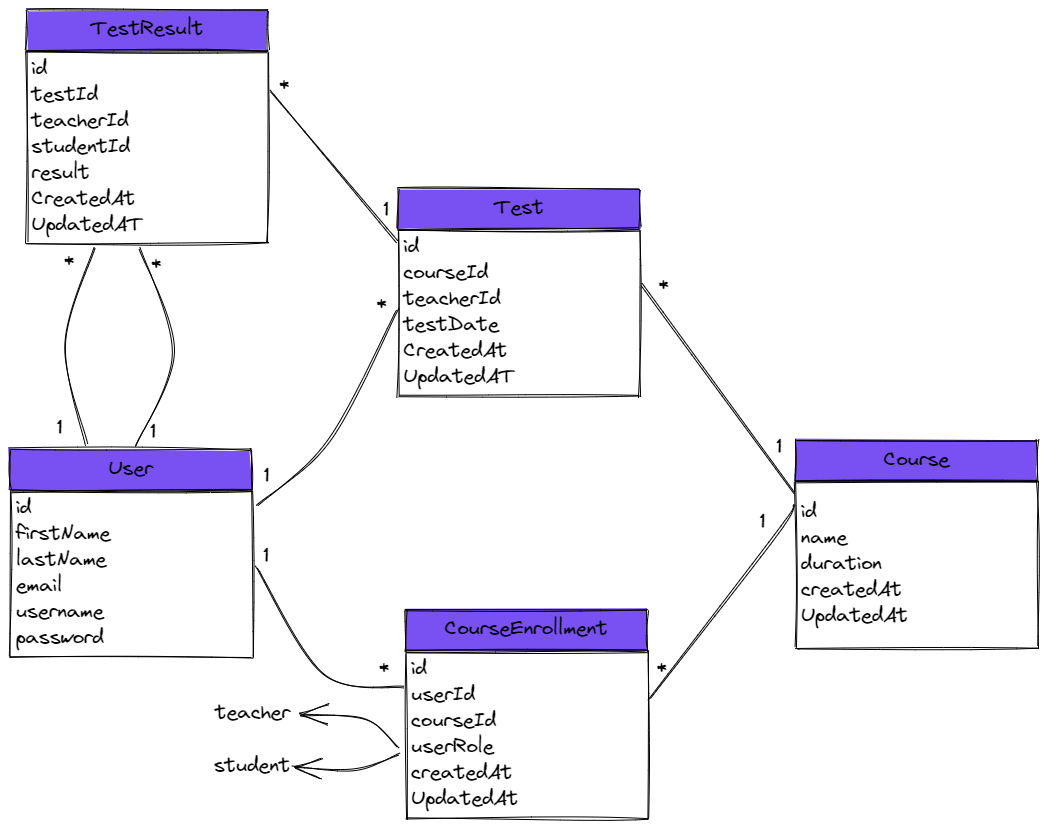
Before: SystemDomain.excalidraw.png, a diagram exported from Excalidraw (FadyGamilM/online-courses-grading-system). Source tidied: one line per element, renumbered; positions are measured from the earlier drawing's top-left corner, leaving out a move shared by most shapes.
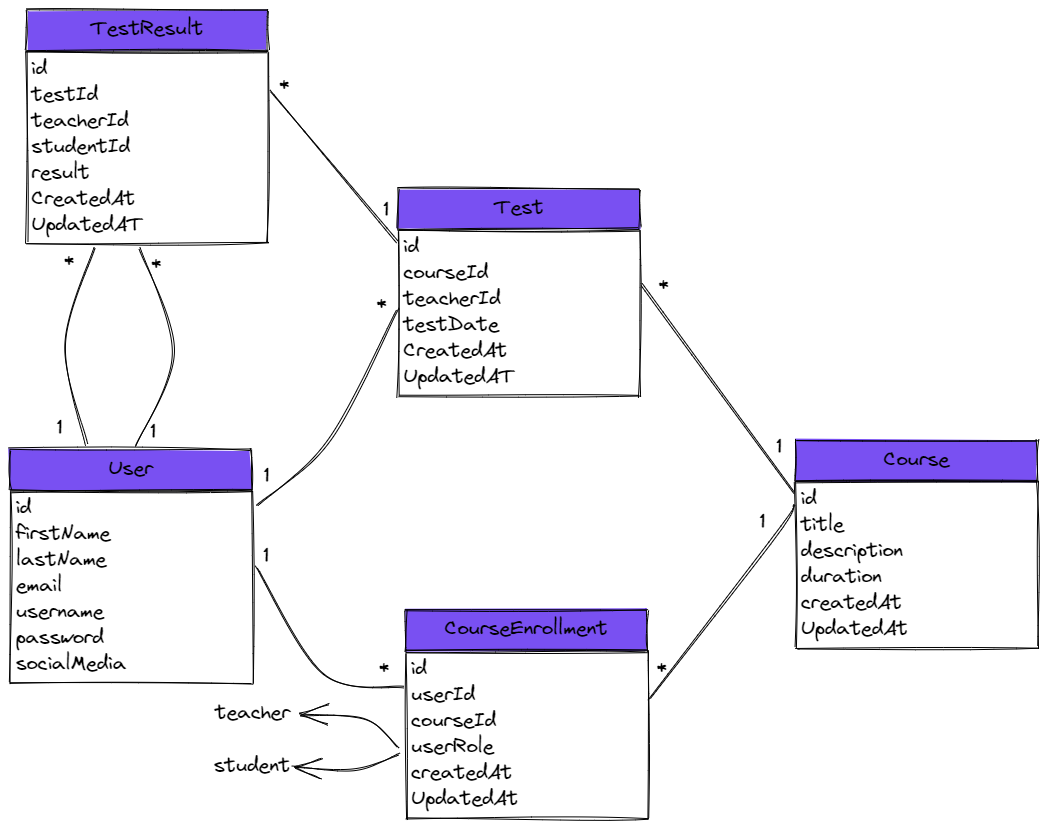
The same file after the commit.

Commit message:
implement the database schema

What changed in the source:
```diff
@@ -1,11 +1,11 @@
 {"id": 0, "type": "rectangle", "strokeColor": "#000000", "backgroundColor": "#7950f2", "fillStyle": "solid", "strokeWidth": 1, "roughness": 1, "x": 0, "y": 439, "width": 241, "height": 40}
 {"id": 1, "type": "text", "text": "User", "strokeColor": "#000000", "strokeWidth": 1, "roughness": 1, "fontSize": 20, "fontFamily": 1, "textAlign": "center", "verticalAlign": "middle", "inside": 0, "x": 97, "y": 447, "width": 47, "height": 26}
-{"id": 2, "type": "rectangle", "strokeColor": "#000000", "strokeWidth": 1, "roughness": 1, "x": 1, "y": 481, "width": 242, "height": 166}
+{"id": 2, "type": "rectangle", "strokeColor": "#000000", "strokeWidth": 1, "roughness": 1, "x": 1, "y": 481, "width": 242, "height": 192}
-{"id": 3, "type": "text", "text": "id\nfirstName\nlastName\nemail\nusername\npassword", "strokeColor": "#000000", "strokeWidth": 1, "roughness": 1, "fontSize": 20, "fontFamily": 1, "verticalAlign": "middle", "inside": 2, "x": 6, "y": 486, "width": 96, "height": 156}
+{"id": 3, "type": "text", "text": "id\nfirstName\nlastName\nemail\nusername\npassword\nsocialMedia", "strokeColor": "#000000", "strokeWidth": 1, "roughness": 1, "fontSize": 20, "fontFamily": 1, "verticalAlign": "middle", "inside": 2, "x": 6, "y": 486, "width": 112, "height": 182}
 {"id": 4, "type": "rectangle", "strokeColor": "#000000", "backgroundColor": "#7950f2", "fillStyle": "solid", "strokeWidth": 1, "roughness": 1, "x": 786, "y": 430, "width": 241, "height": 40}
 {"id": 5, "type": "text", "text": "Course", "strokeColor": "#000000", "strokeWidth": 1, "roughness": 1, "fontSize": 20, "fontFamily": 1, "textAlign": "center", "verticalAlign": "middle", "inside": 4, "x": 872, "y": 438, "width": 68, "height": 26}
 {"id": 6, "type": "rectangle", "strokeColor": "#000000", "strokeWidth": 1, "roughness": 1, "x": 786, "y": 472, "width": 242, "height": 166}
-{"id": 7, "type": "text", "text": "id\nname\nduration\ncreatedAt\nUpdatedAt", "strokeColor": "#000000", "strokeWidth": 1, "roughness": 1, "fontSize": 20, "fontFamily": 1, "verticalAlign": "middle", "inside": 6, "x": 791, "y": 490, "width": 109, "height": 130}
+{"id": 7, "type": "text", "text": "id\ntitle\ndescription\nduration\ncreatedAt\nUpdatedAt", "strokeColor": "#000000", "strokeWidth": 1, "roughness": 1, "fontSize": 20, "fontFamily": 1, "verticalAlign": "middle", "inside": 6, "x": 791, "y": 477, "width": 109, "height": 156}
 {"id": 8, "type": "rectangle", "strokeColor": "#000000", "backgroundColor": "#7950f2", "fillStyle": "solid", "strokeWidth": 1, "roughness": 1, "x": 395, "y": 600, "width": 241, "height": 40}
 {"id": 9, "type": "text", "text": "CourseEnrollment", "strokeColor": "#000000", "strokeWidth": 1, "roughness": 1, "fontSize": 20, "fontFamily": 1, "textAlign": "center", "verticalAlign": "middle", "inside": 8, "x": 434, "y": 607, "width": 165, "height": 26}
 {"id": 10, "type": "rectangle", "strokeColor": "#000000", "strokeWidth": 1, "roughness": 1, "x": 396, "y": 642, "width": 242, "height": 166}
```
